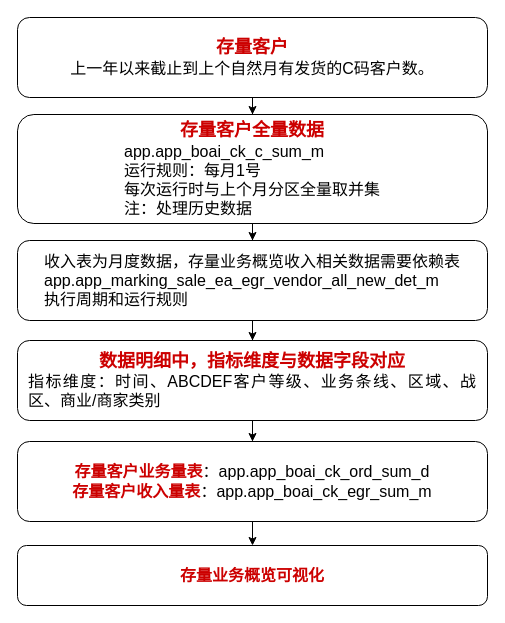
tristayan/ck keeps this draw.io diagram as 存量业务概览.drawio. Above is the earlier version. Source tidied: cells renumbered, new cells numbered last; positions are measured from the earlier drawing's top-left corner, leaving out a move shared by most shapes. Both pictures are drawn from the tidied source at 100%, with x=0, y=0 at pixel (17, 17).
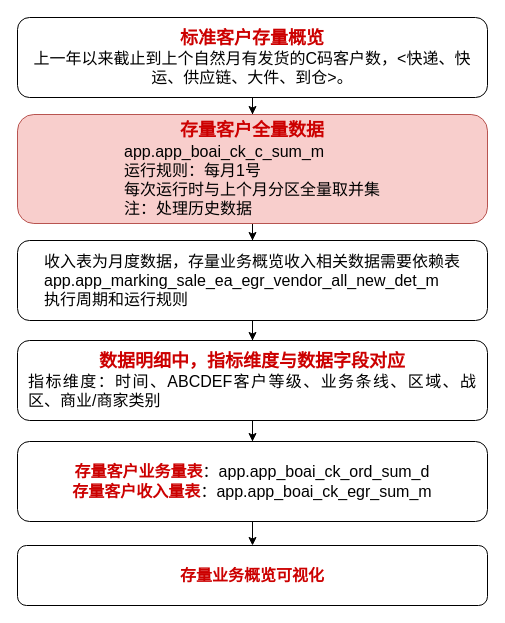
After the change.

Commit message:
更新存量业务概览.drawio

Change to the diagram source:
```diff
@@
 <mxGraphModel>
   <root>
     <mxCell id="0" />
     <mxCell id="1" parent="0" />
     <mxCell id="2" style="edgeStyle=orthogonalEdgeStyle;rounded=0;jettySize=auto;html=1;fontSize=16;fontColor=#CC0000;" parent="1" edge="1" source="3" target="5">
       <mxGeometry relative="1" as="geometry" />
     </mxCell>
-    <mxCell id="3" value="&lt;div style=&quot;&quot;&gt;&lt;font color=&quot;#cc0000&quot;&gt;&lt;span style=&quot;font-size: 18px;&quot;&gt;&lt;b&gt;存量客户&lt;/b&gt;&lt;/span&gt;&lt;/font&gt;&lt;/div&gt;&lt;div style=&quot;text-align: justify; font-size: 16px;&quot;&gt;&lt;span style=&quot;background-color: initial; text-align: center;&quot;&gt;上一年以来截止到上个自然月有发货的C码客户数&lt;/span&gt;&lt;span style=&quot;background-color: initial;&quot;&gt;。&lt;/span&gt;&lt;/div&gt;" style="rounded=1;whiteSpace=wrap;html=1;horizontal=1;spacingLeft=10;spacingRight=10;" parent="1" vertex="1">
+    <mxCell id="3" value="&lt;div style=&quot;&quot;&gt;&lt;/div&gt;&lt;div style=&quot;font-size: 18px;&quot;&gt;&lt;font color=&quot;#cc0000&quot; style=&quot;font-size: 18px;&quot;&gt;&lt;b&gt;标准客户存量概览&lt;/b&gt;&lt;/font&gt;&lt;/div&gt;&lt;div style=&quot;&quot;&gt;&lt;font style=&quot;font-size: 16px;&quot;&gt;上一年以来截止到上个自然月有发货的C码客户数，&amp;lt;快递、快运、供应链、大件、到仓&amp;gt;。&lt;/font&gt;&lt;/div&gt;" style="rounded=1;whiteSpace=wrap;html=1;horizontal=1;spacingLeft=10;spacingRight=10;" parent="1" vertex="1">
       <mxGeometry width="470" height="80" as="geometry" />
     </mxCell>
     <mxCell id="4" style="edgeStyle=orthogonalEdgeStyle;rounded=0;jettySize=auto;html=1;fontSize=16;fontColor=#CC0000;" parent="1" edge="1" source="5" target="7">
       <mxGeometry relative="1" as="geometry" />
     </mxCell>
-    <mxCell id="5" value="&lt;div style=&quot;&quot;&gt;&lt;font color=&quot;#cc0000&quot;&gt;&lt;span style=&quot;font-size: 18px;&quot;&gt;&lt;b&gt;存量客户全量数据&lt;/b&gt;&lt;/span&gt;&lt;/font&gt;&lt;br&gt;&lt;/div&gt;&lt;div style=&quot;text-align: justify;&quot;&gt;&lt;span style=&quot;font-size: 16px;&quot;&gt;app.app_boai_ck_c_sum_m&lt;/span&gt;&lt;br&gt;&lt;/div&gt;&lt;div style=&quot;text-align: justify;&quot;&gt;&lt;span style=&quot;font-size: 16px;&quot;&gt;&lt;div&gt;运行规则：每月1号&lt;/div&gt;&lt;div&gt;每次运行时与上个月分区全量取并集&lt;br&gt;注：处理历史数据&lt;/div&gt;&lt;/span&gt;&lt;/div&gt;" style="rounded=1;whiteSpace=wrap;html=1;horizontal=1;spacingLeft=10;spacingRight=10;" parent="1" vertex="1">
+    <mxCell id="5" value="&lt;div style=&quot;&quot;&gt;&lt;font color=&quot;#cc0000&quot;&gt;&lt;span style=&quot;font-size: 18px;&quot;&gt;&lt;b&gt;存量客户全量数据&lt;/b&gt;&lt;/span&gt;&lt;/font&gt;&lt;br&gt;&lt;/div&gt;&lt;div style=&quot;text-align: justify;&quot;&gt;&lt;span style=&quot;font-size: 16px;&quot;&gt;app.app_boai_ck_c_sum_m&lt;/span&gt;&lt;br&gt;&lt;/div&gt;&lt;div style=&quot;text-align: justify;&quot;&gt;&lt;span style=&quot;font-size: 16px;&quot;&gt;&lt;div&gt;运行规则：每月1号&lt;/div&gt;&lt;div&gt;每次运行时与上个月分区全量取并集&lt;br&gt;注：处理历史数据&lt;/div&gt;&lt;/span&gt;&lt;/div&gt;" style="rounded=1;whiteSpace=wrap;html=1;horizontal=1;spacingLeft=10;spacingRight=10;labelBackgroundColor=none;fillColor=#f8cecc;strokeColor=#b85450;" parent="1" vertex="1">
       <mxGeometry y="97" width="470" height="109" as="geometry" />
     </mxCell>
     <mxCell id="6" style="edgeStyle=orthogonalEdgeStyle;rounded=0;jettySize=auto;html=1;fontSize=16;fontColor=#CC0000;" parent="1" edge="1" source="7" target="9">
       <mxGeometry relative="1" as="geometry" />
     </mxCell>
     <mxCell id="7" value="&lt;div style=&quot;text-align: justify; font-size: 16px;&quot;&gt;&lt;font style=&quot;font-size: 16px;&quot;&gt;收入表为月度数据，存量业务概览收入相关数据需要依赖表&lt;/font&gt;&lt;/div&gt;&lt;font style=&quot;font-size: 16px;&quot;&gt;&lt;div style=&quot;text-align: justify;&quot;&gt;&lt;span style=&quot;background-color: initial;&quot;&gt;app.app_marking_sale_ea_egr_vendor_all_new_det_m&lt;/span&gt;&lt;/div&gt;&lt;div style=&quot;text-align: justify;&quot;&gt;&lt;span style=&quot;background-color: initial;&quot;&gt;执行周期和运行规则&lt;/span&gt;&lt;/div&gt;&lt;/font&gt;" style="rounded=1;whiteSpace=wrap;html=1;horizontal=1;spacingLeft=10;spacingRight=10;spacing=2;spacingTop=0;" parent="1" vertex="1">
       <mxGeometry y="223" width="470" height="80" as="geometry" />
     </mxCell>
     <mxCell id="8" style="edgeStyle=orthogonalEdgeStyle;rounded=0;jettySize=auto;html=1;fontSize=16;fontColor=#CC0000;" parent="1" edge="1" source="9" target="11">
       <mxGeometry relative="1" as="geometry" />
     </mxCell>
     <mxCell id="9" value="&lt;div style=&quot;&quot;&gt;&lt;b style=&quot;&quot;&gt;&lt;font color=&quot;#cc0000&quot; style=&quot;font-size: 18px;&quot;&gt;数据明细中，指标维度与数据字段对应&lt;/font&gt;&lt;/b&gt;&lt;/div&gt;&lt;div style=&quot;text-align: justify; font-size: 16px;&quot;&gt;指标维度：时间、ABCDEF客户等级、业务条线、区域、战区、商业/商家类别&lt;/div&gt;" style="rounded=1;whiteSpace=wrap;html=1;horizontal=1;spacingLeft=10;spacingRight=10;" parent="1" vertex="1">
       <mxGeometry y="323" width="470" height="80" as="geometry" />
     </mxCell>
     <mxCell id="10" style="edgeStyle=orthogonalEdgeStyle;rounded=0;jettySize=auto;html=1;fontSize=16;fontColor=#CC0000;" parent="1" edge="1" source="11" target="12">
       <mxGeometry relative="1" as="geometry" />
     </mxCell>
     <mxCell id="11" value="&lt;div style=&quot;font-size: 16px;&quot;&gt;&lt;div&gt;&lt;font color=&quot;#cc0000&quot;&gt;&lt;b&gt;存量客户业务量表&lt;/b&gt;&lt;/font&gt;：app.app_boai_ck_ord_sum_d&lt;/div&gt;&lt;div&gt;&lt;font color=&quot;#cc0000&quot;&gt;&lt;b&gt;存量客户收入量表&lt;/b&gt;&lt;/font&gt;：app.app_boai_ck_egr_sum_m&lt;/div&gt;&lt;/div&gt;" style="rounded=1;whiteSpace=wrap;html=1;horizontal=1;spacingLeft=10;spacingRight=10;fontSize=16;" parent="1" vertex="1">
       <mxGeometry y="424" width="470" height="80" as="geometry" />
     </mxCell>
     <mxCell id="12" value="&lt;div style=&quot;font-size: 16px;&quot;&gt;&lt;font color=&quot;#cc0000&quot;&gt;&lt;b&gt;存量业务概览可视化&lt;/b&gt;&lt;/font&gt;&lt;/div&gt;" style="rounded=1;whiteSpace=wrap;html=1;horizontal=1;spacingLeft=10;spacingRight=10;fontSize=16;" parent="1" vertex="1">
       <mxGeometry y="528" width="470" height="60" as="geometry" />
     </mxCell>
   </root>
 </mxGraphModel>
```
